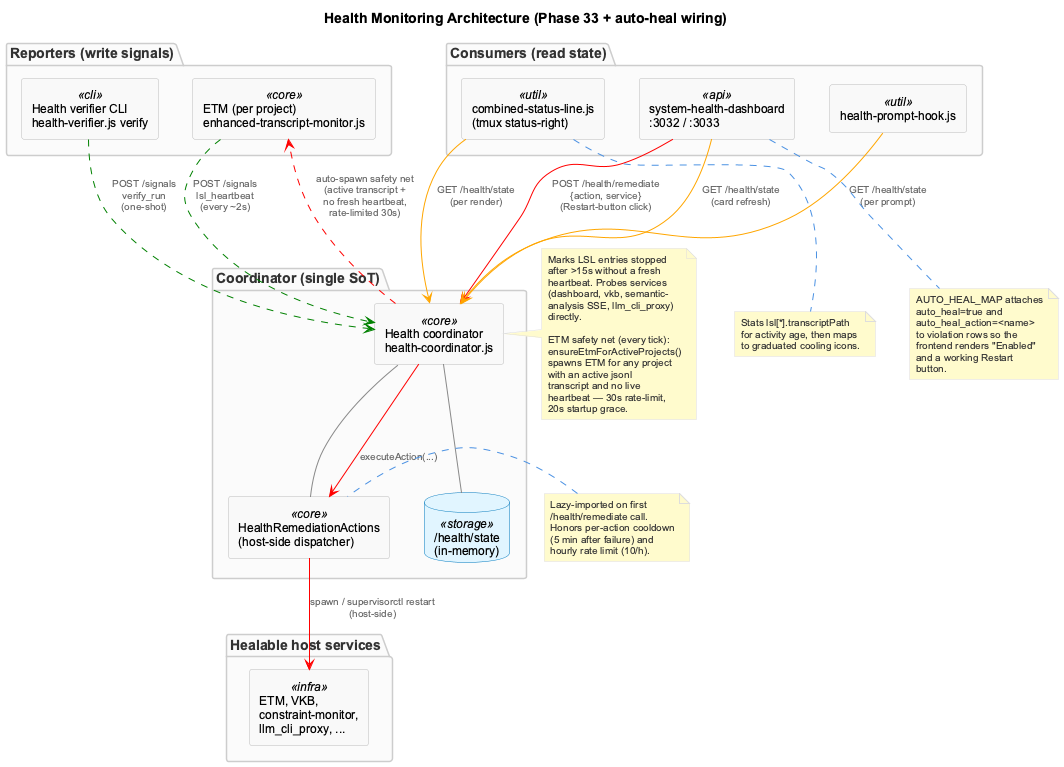
Earlier version of the PlantUML export docs/images/health-coordinator-architecture.png (fwornle/coding).
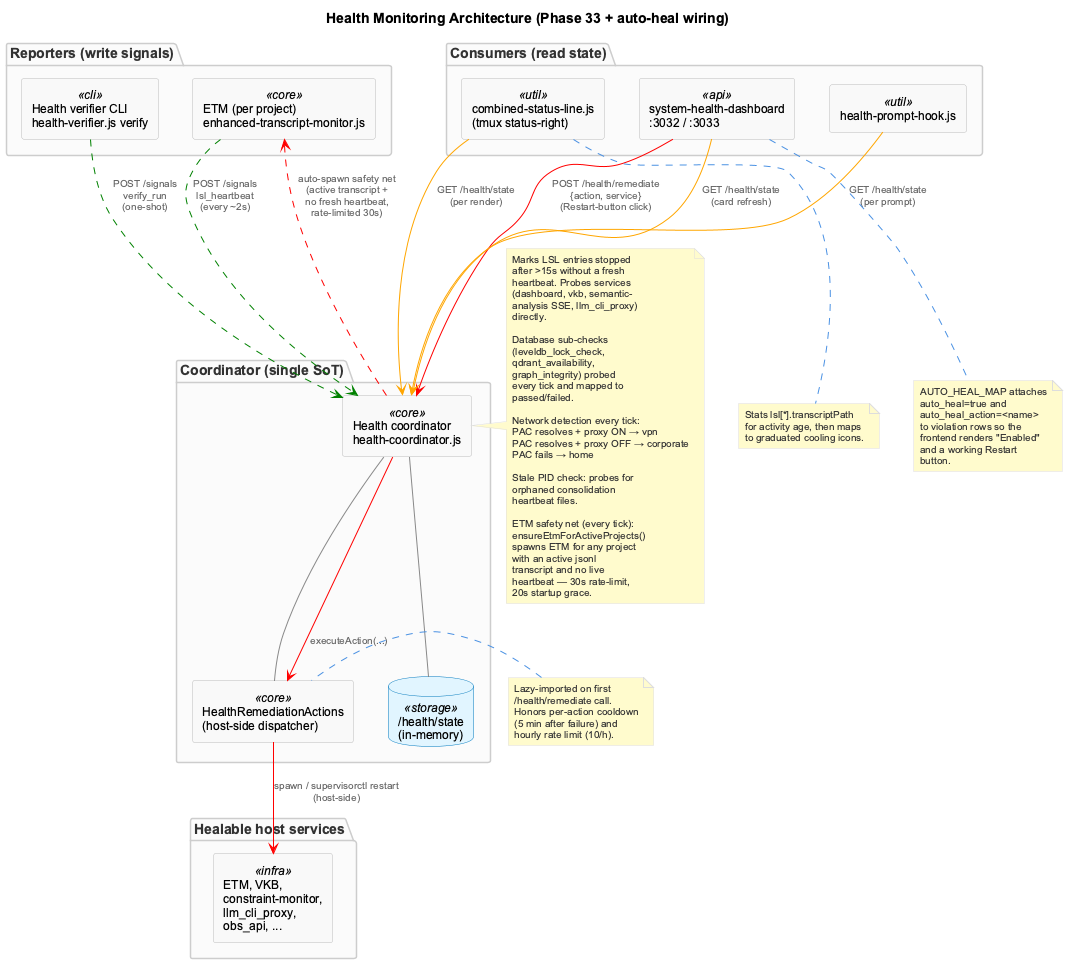
The same file after the commit.

Diff of the diagram source:
```diff
@@ -25,7 +25,7 @@
 }
 
 package "Healable host services" {
-  rectangle "ETM, VKB,\nconstraint-monitor,\nllm_cli_proxy, ..." as TARGETS <<infra>>
+  rectangle "ETM, VKB,\nconstraint-monitor,\nllm_cli_proxy,\nobs_api, ..." as TARGETS <<infra>>
 }
 
 ETM -[#green,dashed]-> COORD : POST /signals\nlsl_heartbeat\n(every ~2s)
@@ -47,6 +47,22 @@
   (dashboard, vkb, semantic-
   analysis SSE, llm_cli_proxy)
   directly.
+
+  Database sub-checks
+  (leveldb_lock_check,
+  qdrant_availability,
+  graph_integrity) probed
+  every tick and mapped to
+  passed/failed.
+
+  Network detection every tick:
+  PAC resolves + proxy ON → vpn
+  PAC resolves + proxy OFF → corporate
+  PAC fails → home
+
+  Stale PID check: probes for
+  orphaned consolidation
+  heartbeat files.
 
   ETM safety net (every tick):
   ensureEtmForActiveProjects()
```
